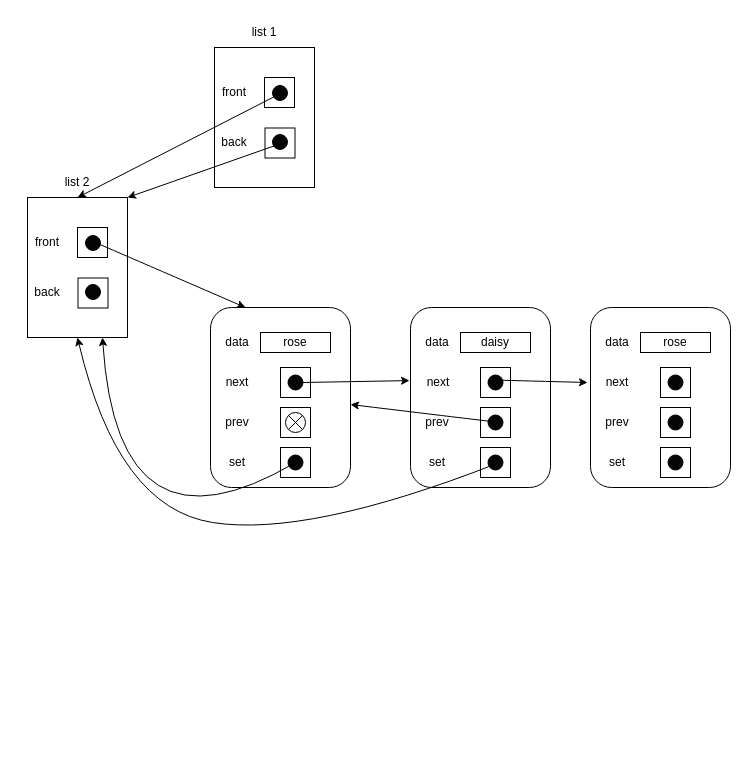
Above: parta_4.drawio in tlo20/notes (draw.io), before the change. Source tidied: cells renumbered, new cells numbered last; positions are measured from the earlier drawing's top-left corner, leaving out a move shared by most shapes. Both pictures are drawn from the tidied source at 100%, with x=0, y=0 at pixel (17, 17).
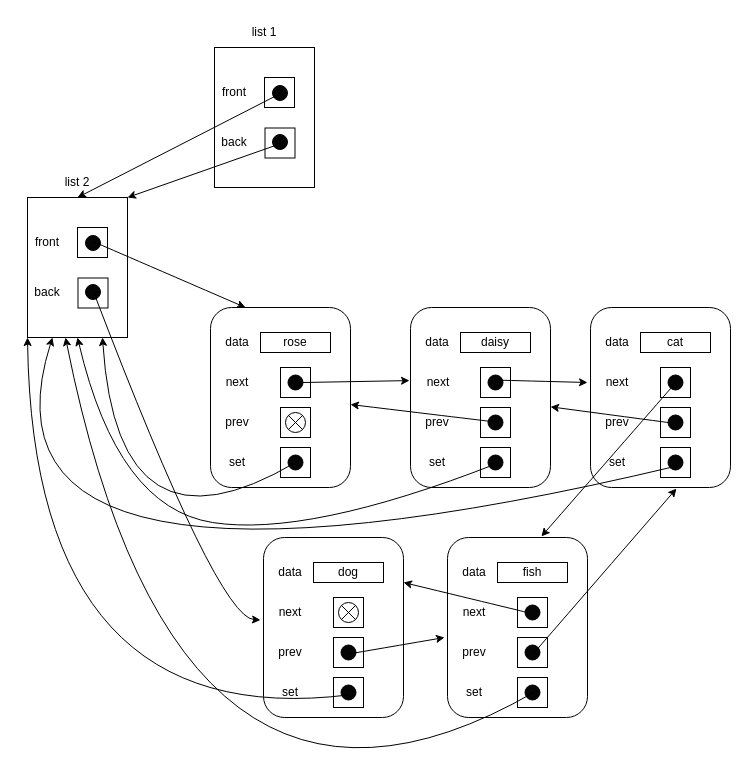
Above is the later version.

The change refers to these unchanged cells:
```xml
<mxCell id="6" style="rounded=0;whiteSpace=wrap;html=1;" parent="2" vertex="1">
  <mxGeometry x="10" y="30" width="100" height="140" as="geometry" />
</mxCell>
<mxCell id="37" style="rounded=1;whiteSpace=wrap;html=1;" parent="1" vertex="1">
  <mxGeometry x="393" y="290" width="140" height="180" as="geometry" />
</mxCell>
```

What changed in the source:
```diff
@@
-    <mxCell id="55" style="group;rounded=1;shadow=0;" parent="1" vertex="1">
-      <mxGeometry x="570" y="290" width="143" height="180" as="geometry" />
-    </mxCell>
+    <mxCell id="68" style="endArrow=classic;html=1;curved=1;entryX=0;entryY=0.5;entryDx=0;entryDy=0;exitX=1;exitY=0;exitDx=0;exitDy=0;" parent="1" edge="1" target="58">
+      <mxGeometry relative="1" as="geometry">
+        <mxPoint x="482.3" y="362.7" as="sourcePoint" />
+      </mxGeometry>
+    </mxCell>
+    <mxCell id="69" style="endArrow=classic;html=1;curved=1;exitX=0.5;exitY=0;exitDx=0;exitDy=0;entryX=0;entryY=0.75;entryDx=0;entryDy=0;" parent="1" edge="1" target="73">
+      <mxGeometry relative="1" as="geometry">
+        <mxPoint x="75.5" y="273" as="sourcePoint" />
+        <Array as="points">
+          <mxPoint x="200" y="600" />
+        </Array>
+      </mxGeometry>
+    </mxCell>
+    <mxCell id="70" style="group;" parent="1" vertex="1">
+      <mxGeometry x="243" y="520" width="143" height="180" as="geometry" />
+    </mxCell>
+    <mxCell id="71" style="rounded=1;whiteSpace=wrap;html=1;shadow=0;" parent="70" vertex="1">
+      <mxGeometry x="3" width="140" height="180" as="geometry" />
+    </mxCell>
+    <mxCell id="72" value="data" style="text;html=1;strokeColor=none;fillColor=none;align=center;verticalAlign=middle;whiteSpace=wrap;rounded=0;" parent="70" vertex="1">
+      <mxGeometry y="20" width="60" height="30" as="geometry" />
+    </mxCell>
+    <mxCell id="73" value="next" style="text;html=1;strokeColor=none;fillColor=none;align=center;verticalAlign=middle;whiteSpace=wrap;rounded=0;" parent="70" vertex="1">
+      <mxGeometry y="60" width="60" height="30" as="geometry" />
+    </mxCell>
+    <mxCell id="74" value="prev" style="text;html=1;strokeColor=none;fillColor=none;align=center;verticalAlign=middle;whiteSpace=wrap;rounded=0;" parent="70" vertex="1">
+      <mxGeometry y="100" width="60" height="30" as="geometry" />
+    </mxCell>
+    <mxCell id="75" value="set" style="text;html=1;strokeColor=none;fillColor=none;align=center;verticalAlign=middle;whiteSpace=wrap;rounded=0;" parent="70" vertex="1">
+      <mxGeometry y="140" width="60" height="30" as="geometry" />
+    </mxCell>
+    <mxCell id="76" value="dog" style="rounded=0;whiteSpace=wrap;html=1;shadow=0;" parent="70" vertex="1">
+      <mxGeometry x="53" y="25" width="70" height="20" as="geometry" />
+    </mxCell>
+    <mxCell id="77" style="rounded=0;whiteSpace=wrap;html=1;shadow=0;" parent="70" vertex="1">
+      <mxGeometry x="73" y="60" width="30" height="30" as="geometry" />
+    </mxCell>
+    <mxCell id="78" style="rounded=0;whiteSpace=wrap;html=1;shadow=0;" parent="70" vertex="1">
+      <mxGeometry x="73" y="100" width="30" height="30" as="geometry" />
+    </mxCell>
+    <mxCell id="79" style="rounded=0;whiteSpace=wrap;html=1;shadow=0;" parent="70" vertex="1">
+      <mxGeometry x="73" y="140" width="30" height="30" as="geometry" />
+    </mxCell>
+    <mxCell id="80" style="ellipse;whiteSpace=wrap;html=1;fillColor=#050505;rounded=1;shadow=0;" parent="70" vertex="1">
+      <mxGeometry x="80.5" y="107.5" width="15" height="15" as="geometry" />
+    </mxCell>
+    <mxCell id="81" style="ellipse;whiteSpace=wrap;html=1;fillColor=#050505;rounded=1;shadow=0;" parent="70" vertex="1">
+      <mxGeometry x="80.5" y="147.5" width="15" height="15" as="geometry" />
+    </mxCell>
+    <mxCell id="82" style="shape=sumEllipse;perimeter=ellipsePerimeter;whiteSpace=wrap;html=1;backgroundOutline=1;rounded=1;shadow=0;" parent="70" vertex="1">
+      <mxGeometry x="78" y="65" width="20" height="20" as="geometry" />
+    </mxCell>
+    <mxCell id="83" style="rounded=1;whiteSpace=wrap;html=1;shadow=0;" parent="1" vertex="1">
+      <mxGeometry x="430" y="520" width="140" height="180" as="geometry" />
+    </mxCell>
+    <mxCell id="84" value="data" style="text;html=1;strokeColor=none;fillColor=none;align=center;verticalAlign=middle;whiteSpace=wrap;rounded=0;" parent="1" vertex="1">
+      <mxGeometry x="427" y="540" width="60" height="30" as="geometry" />
+    </mxCell>
+    <mxCell id="85" value="next" style="text;html=1;strokeColor=none;fillColor=none;align=center;verticalAlign=middle;whiteSpace=wrap;rounded=0;" parent="1" vertex="1">
+      <mxGeometry x="427" y="580" width="60" height="30" as="geometry" />
+    </mxCell>
+    <mxCell id="86" value="prev" style="text;html=1;strokeColor=none;fillColor=none;align=center;verticalAlign=middle;whiteSpace=wrap;rounded=0;" parent="1" vertex="1">
+      <mxGeometry x="427" y="620" width="60" height="30" as="geometry" />
+    </mxCell>
+    <mxCell id="87" value="set" style="text;html=1;strokeColor=none;fillColor=none;align=center;verticalAlign=middle;whiteSpace=wrap;rounded=0;" parent="1" vertex="1">
+      <mxGeometry x="427" y="660" width="60" height="30" as="geometry" />
+    </mxCell>
+    <mxCell id="88" value="fish" style="rounded=0;whiteSpace=wrap;html=1;shadow=0;" parent="1" vertex="1">
+      <mxGeometry x="480" y="545" width="70" height="20" as="geometry" />
+    </mxCell>
+    <mxCell id="89" style="rounded=0;whiteSpace=wrap;html=1;shadow=0;" parent="1" vertex="1">
+      <mxGeometry x="500" y="580" width="30" height="30" as="geometry" />
+    </mxCell>
+    <mxCell id="90" style="rounded=0;whiteSpace=wrap;html=1;shadow=0;" parent="1" vertex="1">
+      <mxGeometry x="500" y="620" width="30" height="30" as="geometry" />
+    </mxCell>
+    <mxCell id="91" style="rounded=0;whiteSpace=wrap;html=1;shadow=0;" parent="1" vertex="1">
+      <mxGeometry x="500" y="660" width="30" height="30" as="geometry" />
+    </mxCell>
+    <mxCell id="92" style="ellipse;whiteSpace=wrap;html=1;fillColor=#050505;rounded=1;shadow=0;" parent="1" vertex="1">
+      <mxGeometry x="507.5" y="587.5" width="15" height="15" as="geometry" />
+    </mxCell>
+    <mxCell id="93" style="ellipse;whiteSpace=wrap;html=1;fillColor=#050505;rounded=1;shadow=0;" parent="1" vertex="1">
+      <mxGeometry x="507.5" y="627.5" width="15" height="15" as="geometry" />
+    </mxCell>
+    <mxCell id="94" style="ellipse;whiteSpace=wrap;html=1;fillColor=#050505;rounded=1;shadow=0;" parent="1" vertex="1">
+      <mxGeometry x="507.5" y="667.5" width="15" height="15" as="geometry" />
+    </mxCell>
+    <mxCell id="95" style="endArrow=classic;html=1;curved=1;entryX=1;entryY=0.25;entryDx=0;entryDy=0;" parent="1" edge="1" target="71">
+      <mxGeometry relative="1" as="geometry">
+        <mxPoint x="510" y="595" as="sourcePoint" />
+      </mxGeometry>
+    </mxCell>
+    <mxCell id="96" style="endArrow=classic;html=1;curved=1;exitX=0;exitY=1;exitDx=0;exitDy=0;entryX=0.614;entryY=1.006;entryDx=0;entryDy=0;entryPerimeter=0;" parent="1" edge="1" target="56">
+      <mxGeometry relative="1" as="geometry">
+        <mxPoint x="515.7" y="636.3" as="sourcePoint" />
+      </mxGeometry>
+    </mxCell>
-    <mxCell id="56" style="rounded=1;whiteSpace=wrap;html=1;shadow=0;" parent="55" vertex="1">
-      <mxGeometry x="3" width="140" height="180" as="geometry" />
+    <mxCell id="56" style="rounded=1;whiteSpace=wrap;html=1;shadow=0;" parent="1" vertex="1">
+      <mxGeometry x="573" y="290" width="140" height="180" as="geometry" />
     </mxCell>
-    <mxCell id="57" value="data" style="text;html=1;strokeColor=none;fillColor=none;align=center;verticalAlign=middle;whiteSpace=wrap;rounded=0;" parent="55" vertex="1">
-      <mxGeometry y="20" width="60" height="30" as="geometry" />
+    <mxCell id="57" value="data" style="text;html=1;strokeColor=none;fillColor=none;align=center;verticalAlign=middle;whiteSpace=wrap;rounded=0;" parent="1" vertex="1">
+      <mxGeometry x="570" y="310" width="60" height="30" as="geometry" />
     </mxCell>
-    <mxCell id="58" value="next" style="text;html=1;strokeColor=none;fillColor=none;align=center;verticalAlign=middle;whiteSpace=wrap;rounded=0;" parent="55" vertex="1">
-      <mxGeometry y="60" width="60" height="30" as="geometry" />
+    <mxCell id="58" value="next" style="text;html=1;strokeColor=none;fillColor=none;align=center;verticalAlign=middle;whiteSpace=wrap;rounded=0;" parent="1" vertex="1">
+      <mxGeometry x="570" y="350" width="60" height="30" as="geometry" />
     </mxCell>
-    <mxCell id="59" value="prev" style="text;html=1;strokeColor=none;fillColor=none;align=center;verticalAlign=middle;whiteSpace=wrap;rounded=0;" parent="55" vertex="1">
-      <mxGeometry y="100" width="60" height="30" as="geometry" />
+    <mxCell id="59" value="prev" style="text;html=1;strokeColor=none;fillColor=none;align=center;verticalAlign=middle;whiteSpace=wrap;rounded=0;" parent="1" vertex="1">
+      <mxGeometry x="570" y="390" width="60" height="30" as="geometry" />
     </mxCell>
-    <mxCell id="60" value="set" style="text;html=1;strokeColor=none;fillColor=none;align=center;verticalAlign=middle;whiteSpace=wrap;rounded=0;" parent="55" vertex="1">
-      <mxGeometry y="140" width="60" height="30" as="geometry" />
+    <mxCell id="60" value="set" style="text;html=1;strokeColor=none;fillColor=none;align=center;verticalAlign=middle;whiteSpace=wrap;rounded=0;" parent="1" vertex="1">
+      <mxGeometry x="570" y="430" width="60" height="30" as="geometry" />
     </mxCell>
-    <mxCell id="61" value="rose" style="rounded=0;whiteSpace=wrap;html=1;shadow=0;" parent="55" vertex="1">
-      <mxGeometry x="53" y="25" width="70" height="20" as="geometry" />
+    <mxCell id="61" value="cat" style="rounded=0;whiteSpace=wrap;html=1;shadow=0;" parent="1" vertex="1">
+      <mxGeometry x="623" y="315" width="70" height="20" as="geometry" />
     </mxCell>
-    <mxCell id="62" style="rounded=0;whiteSpace=wrap;html=1;shadow=0;" parent="55" vertex="1">
-      <mxGeometry x="73" y="60" width="30" height="30" as="geometry" />
+    <mxCell id="62" style="rounded=0;whiteSpace=wrap;html=1;shadow=0;" parent="1" vertex="1">
+      <mxGeometry x="643" y="350" width="30" height="30" as="geometry" />
     </mxCell>
-    <mxCell id="63" style="rounded=0;whiteSpace=wrap;html=1;shadow=0;" parent="55" vertex="1">
-      <mxGeometry x="73" y="100" width="30" height="30" as="geometry" />
+    <mxCell id="63" style="rounded=0;whiteSpace=wrap;html=1;shadow=0;" parent="1" vertex="1">
+      <mxGeometry x="643" y="390" width="30" height="30" as="geometry" />
     </mxCell>
-    <mxCell id="64" style="rounded=0;whiteSpace=wrap;html=1;shadow=0;" parent="55" vertex="1">
-      <mxGeometry x="73" y="140" width="30" height="30" as="geometry" />
+    <mxCell id="64" style="rounded=0;whiteSpace=wrap;html=1;shadow=0;" parent="1" vertex="1">
+      <mxGeometry x="643" y="430" width="30" height="30" as="geometry" />
     </mxCell>
-    <mxCell id="65" style="ellipse;whiteSpace=wrap;html=1;fillColor=#050505;rounded=1;shadow=0;" parent="55" vertex="1">
-      <mxGeometry x="80.5" y="67.5" width="15" height="15" as="geometry" />
+    <mxCell id="65" style="ellipse;whiteSpace=wrap;html=1;fillColor=#050505;rounded=1;shadow=0;" parent="1" vertex="1">
+      <mxGeometry x="650.5" y="357.5" width="15" height="15" as="geometry" />
     </mxCell>
-    <mxCell id="66" style="ellipse;whiteSpace=wrap;html=1;fillColor=#050505;rounded=1;shadow=0;" parent="55" vertex="1">
-      <mxGeometry x="80.5" y="107.5" width="15" height="15" as="geometry" />
+    <mxCell id="66" style="ellipse;whiteSpace=wrap;html=1;fillColor=#050505;rounded=1;shadow=0;" parent="1" vertex="1">
+      <mxGeometry x="650.5" y="397.5" width="15" height="15" as="geometry" />
     </mxCell>
-    <mxCell id="67" style="ellipse;whiteSpace=wrap;html=1;fillColor=#050505;rounded=1;shadow=0;" parent="55" vertex="1">
-      <mxGeometry x="80.5" y="147.5" width="15" height="15" as="geometry" />
+    <mxCell id="67" style="ellipse;whiteSpace=wrap;html=1;fillColor=#050505;rounded=1;shadow=0;" parent="1" vertex="1">
+      <mxGeometry x="650.5" y="437.5" width="15" height="15" as="geometry" />
     </mxCell>
-    <mxCell id="68" style="endArrow=classic;html=1;curved=1;entryX=0;entryY=0.5;entryDx=0;entryDy=0;exitX=1;exitY=0;exitDx=0;exitDy=0;" parent="1" edge="1" target="58">
-      <mxGeometry relative="1" as="geometry">
-        <mxPoint x="482.3" y="362.7" as="sourcePoint" />
-      </mxGeometry>
-    </mxCell>
+    <mxCell id="97" style="endArrow=classic;html=1;curved=1;exitX=1;exitY=1;exitDx=0;exitDy=0;entryX=0.25;entryY=1;entryDx=0;entryDy=0;" parent="1" edge="1" target="6">
+      <mxGeometry relative="1" as="geometry">
+        <mxPoint x="660.3" y="448.3" as="sourcePoint" />
+        <Array as="points">
+          <mxPoint x="-60" y="620" />
+        </Array>
+      </mxGeometry>
+    </mxCell>
+    <mxCell id="98" style="endArrow=classic;html=1;curved=1;exitX=0;exitY=0.5;exitDx=0;exitDy=0;" parent="1" edge="1" source="66" target="37">
+      <mxGeometry relative="1" as="geometry" />
+    </mxCell>
+    <mxCell id="99" style="endArrow=classic;html=1;curved=1;exitX=1;exitY=1;exitDx=0;exitDy=0;entryX=0;entryY=1;entryDx=0;entryDy=0;" parent="1" edge="1" target="6">
+      <mxGeometry relative="1" as="geometry">
+        <mxPoint x="332.3" y="677.3" as="sourcePoint" />
+        <Array as="points">
+          <mxPoint x="16" y="717" />
+        </Array>
+      </mxGeometry>
+    </mxCell>
+    <mxCell id="100" style="endArrow=classic;html=1;curved=1;exitX=0;exitY=0;exitDx=0;exitDy=0;entryX=0.38;entryY=1;entryDx=0;entryDy=0;entryPerimeter=0;" parent="1" edge="1" target="6">
+      <mxGeometry relative="1" as="geometry">
+        <mxPoint x="516.7" y="674.7" as="sourcePoint" />
+        <Array as="points">
+          <mxPoint x="160" y="880" />
+        </Array>
+      </mxGeometry>
+    </mxCell>
+    <mxCell id="101" style="endArrow=classic;html=1;curved=1;exitX=1;exitY=1;exitDx=0;exitDy=0;entryX=0;entryY=0;entryDx=0;entryDy=0;" parent="1" edge="1" target="86">
+      <mxGeometry relative="1" as="geometry">
+        <mxPoint x="332.3" y="636.3" as="sourcePoint" />
+      </mxGeometry>
+    </mxCell>
+    <mxCell id="102" style="endArrow=classic;html=1;curved=1;exitX=0;exitY=0.5;exitDx=0;exitDy=0;entryX=0.671;entryY=-0.006;entryDx=0;entryDy=0;entryPerimeter=0;" parent="1" edge="1" target="83">
+      <mxGeometry relative="1" as="geometry">
+        <mxPoint x="657.5" y="366" as="sourcePoint" />
+      </mxGeometry>
+    </mxCell>
```
